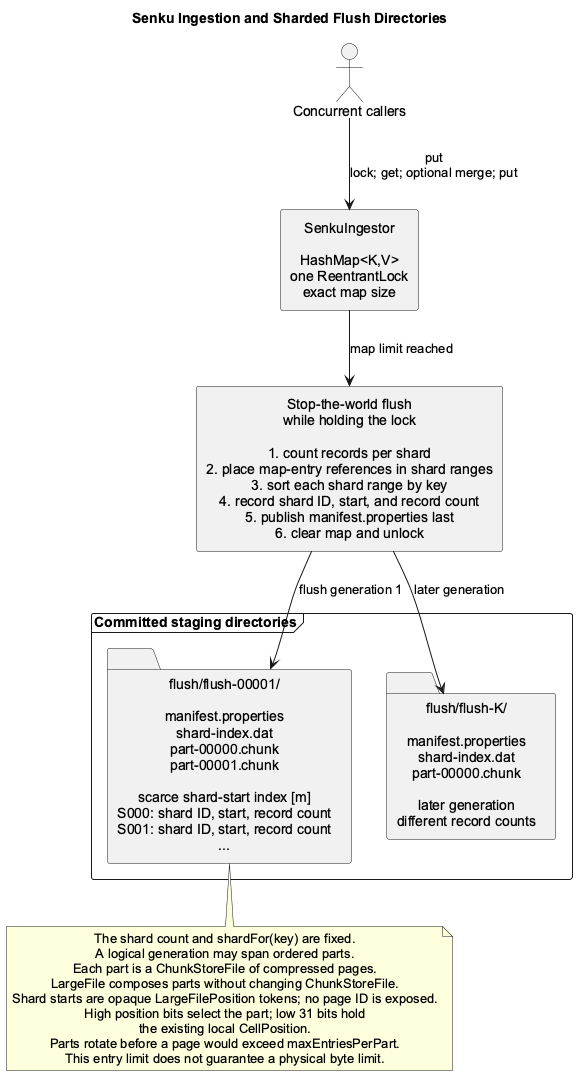
Before: docs/development/images/senku-ingestion-flush.png, a diagram exported from PlantUML (jajir/HestiaStore).
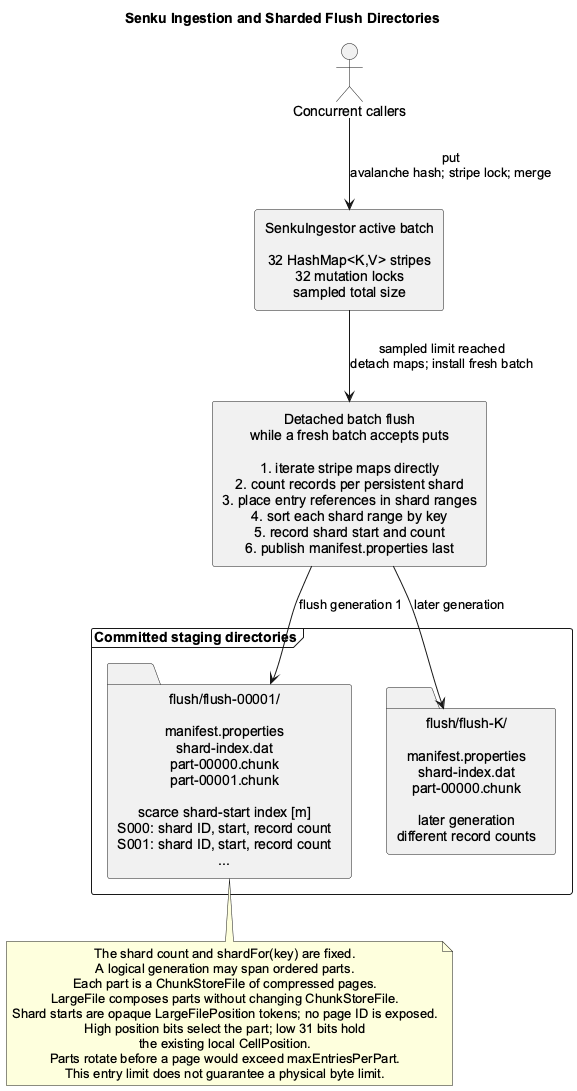
After the commit.

Commit message:
Optimize Senku striped ingestion flushing

Diff of the diagram source:
```diff
@@ -9,16 +9,16 @@
 title Senku Ingestion and Sharded Flush Directories
 
 actor "Concurrent callers" as Callers
-component "SenkuIngestor\n\nHashMap<K,V>\none ReentrantLock\nexact map size" as Ingestor
-component "Stop-the-world flush\nwhile holding the lock\n\n1. count records per shard\n2. place map-entry references in shard ranges\n3. sort each shard range by key\n4. record shard ID, start, and record count\n5. publish manifest.properties last\n6. clear map and unlock" as Flush
+component "SenkuIngestor active batch\n\n32 HashMap<K,V> stripes\n32 mutation locks\nsampled total size" as Ingestor
+component "Detached batch flush\nwhile a fresh batch accepts puts\n\n1. iterate stripe maps directly\n2. count records per persistent shard\n3. place entry references in shard ranges\n4. sort each shard range by key\n5. record shard start and count\n6. publish manifest.properties last" as Flush
 
 frame "Committed staging directories" {
   folder "flush/flush-00001/\n\nmanifest.properties\nshard-index.dat\npart-00000.chunk\npart-00001.chunk\n\nscarce shard-start index [m]\nS000: shard ID, start, record count\nS001: shard ID, start, record count\n..." as Flush1
   folder "flush/flush-K/\n\nmanifest.properties\nshard-index.dat\npart-00000.chunk\n\nlater generation\ndifferent record counts" as FlushK
 }
 
-Callers --> Ingestor : put\nlock; get; optional merge; put
-Ingestor --> Flush : map limit reached
+Callers --> Ingestor : put\navalanche hash; stripe lock; merge
+Ingestor --> Flush : sampled limit reached\ndetach maps; install fresh batch
 Flush --> Flush1 : flush generation 1
 Flush --> FlushK : later generation
 
```
